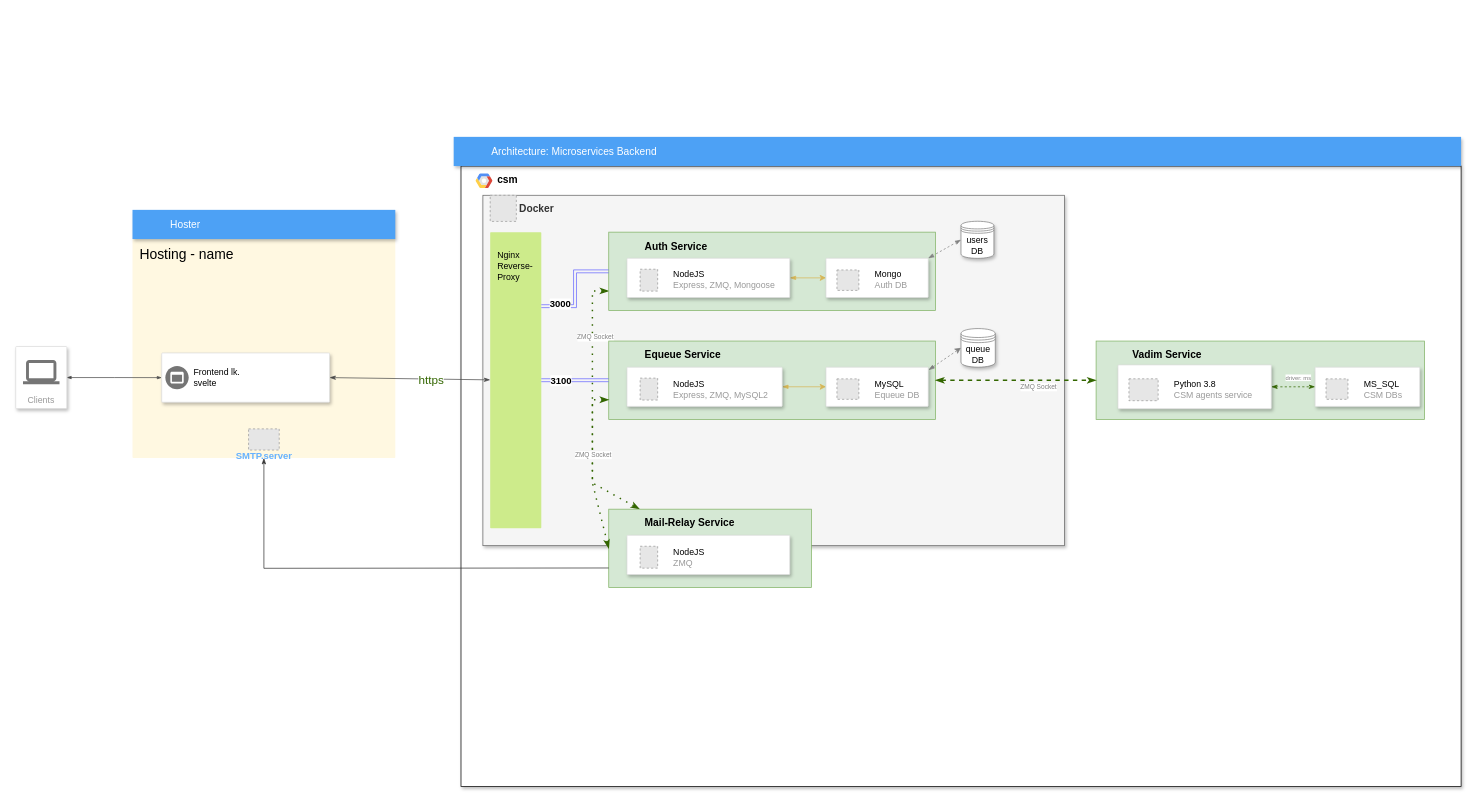
Earlier version of the draw.io diagram Untitled Diagram.drawio (nomo3919/bt-mss). Source tidied: cells renumbered, new cells numbered last; positions are measured from the earlier drawing's top-left corner, leaving out a move shared by most shapes. Both pictures are drawn from the tidied source at 73%, with x=0, y=0 at pixel (15, 137). Pictures stored in the file or linked from it are replaced by grey dashed boxes.
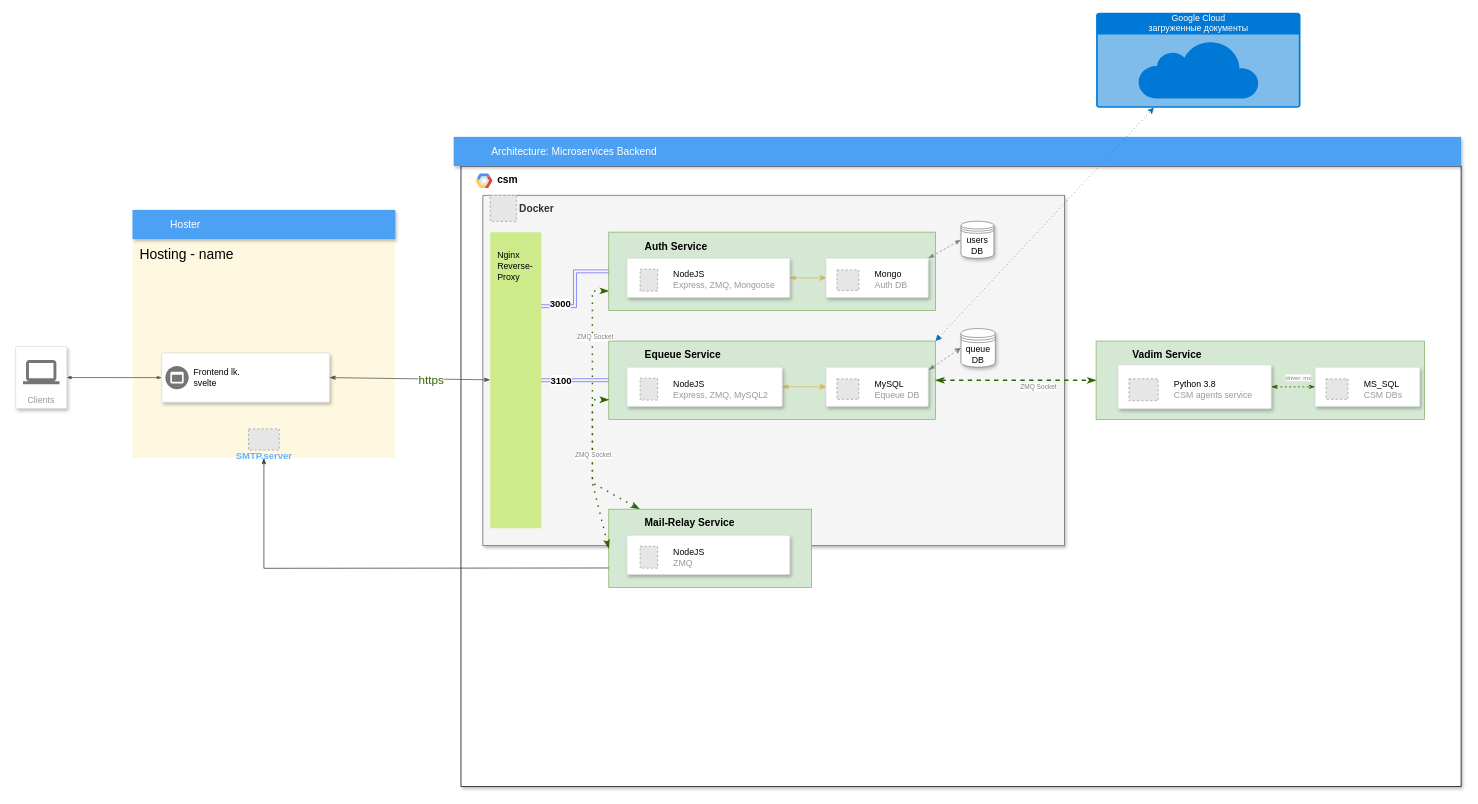
The same page after the edit.

Unchanged cells that the change refers to:
```xml
<mxCell id="24" value="&lt;b&gt;Equeue Service&lt;/b&gt;" style="fillColor=#d5e8d4;strokeColor=#82b366;shadow=0;fontSize=14;align=left;spacing=10;9E9E9E;verticalAlign=top;spacingTop=-4;fontStyle=0;spacingLeft=40;html=1;" parent="12" vertex="1">
  <mxGeometry x="172.4" y="199.7" width="447.6" height="107.4" as="geometry" />
</mxCell>
```

Change to the diagram source:
```diff
@@
+    <mxCell id="55" value="Google Cloud&lt;br&gt;загруженные документы" style="html=1;strokeColor=none;fillColor=#0079D6;labelPosition=center;verticalLabelPosition=middle;verticalAlign=top;align=center;fontSize=12;outlineConnect=0;spacingTop=-6;fontColor=#FFFFFF;sketch=0;shape=mxgraph.sitemap.cloud;" parent="1" vertex="1">
+      <mxGeometry x="1480" y="-170" width="280" height="130" as="geometry" />
+    </mxCell>
+    <mxCell id="56" style="endArrow=classic;html=1;exitX=1;exitY=0;exitDx=0;exitDy=0;rounded=0;dashed=1;startArrow=block;startFill=1;fillColor=#1ba1e2;strokeColor=#006EAF;dashPattern=1 4;" parent="1" edge="1" source="24" target="55">
+      <mxGeometry relative="1" as="geometry" />
+    </mxCell>
```
